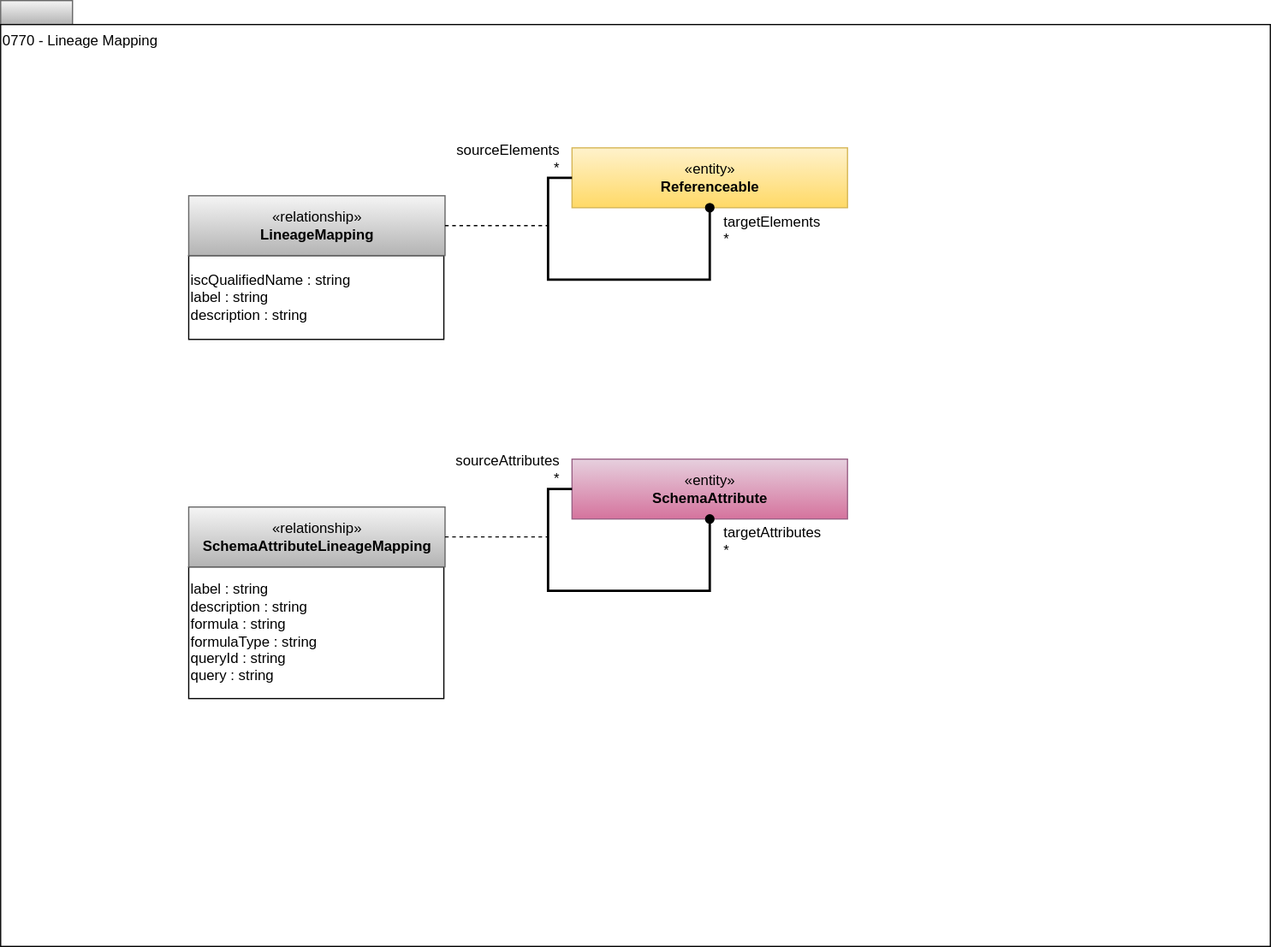
Before: site/docs/types/7/0770-Lineage-Mapping.svg, a diagram exported from draw.io (odpi/egeria-docs). Source tidied: cells renumbered, new cells last; positions are measured from the earlier drawing's top-left corner, leaving out a move shared by most shapes.
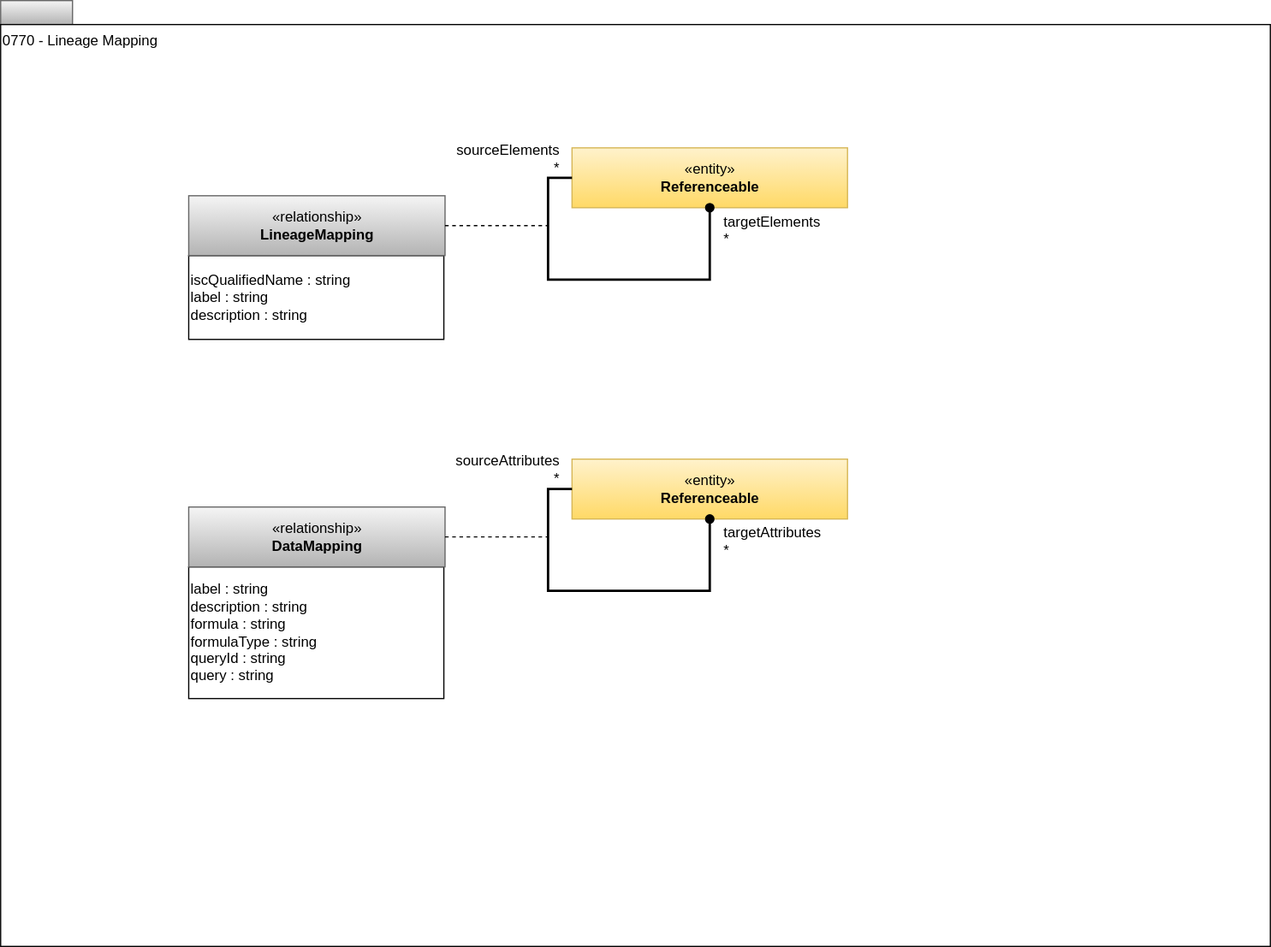
After the commit.

Diff of the diagram source:
```diff
@@ -41,13 +41,13 @@
         <mxPoint x="-10" as="offset" />
       </mxGeometry>
     </mxCell>
-    <mxCell id="11" value="«entity»&lt;br&gt;&lt;b&gt;SchemaAttribute&lt;/b&gt;" style="html=1;strokeColor=#996185;align=center;fillColor=#e6d0de;gradientColor=#d5739d;" parent="1" vertex="1">
+    <mxCell id="11" value="«entity»&lt;br&gt;&lt;b&gt;Referenceable&lt;/b&gt;" style="html=1;strokeColor=#d6b656;align=center;fillColor=#fff2cc;gradientColor=#ffd966;" parent="1" vertex="1">
       <mxGeometry x="477" y="383" width="230" height="50" as="geometry" />
     </mxCell>
     <mxCell id="12" value="&lt;div style=&quot;text-align: left&quot;&gt;&lt;span style=&quot;background-color: transparent; color: light-dark(rgb(0, 0, 0), rgb(255, 255, 255));&quot;&gt;label : string&lt;/span&gt;&lt;br&gt;&lt;/div&gt;&lt;div style=&quot;text-align: left&quot;&gt;description : string&lt;br&gt;&lt;/div&gt;&lt;div style=&quot;text-align: left&quot;&gt;formula : string&lt;/div&gt;&lt;div style=&quot;text-align: left&quot;&gt;formulaType : string&lt;/div&gt;&lt;div style=&quot;text-align: left&quot;&gt;queryId : string&lt;/div&gt;&lt;div style=&quot;text-align: left&quot;&gt;query : string&lt;/div&gt;" style="rounded=0;whiteSpace=wrap;html=1;strokeColor=#000000;gradientColor=#ffffff;align=left;" parent="1" vertex="1">
       <mxGeometry x="157" y="473" width="213" height="110" as="geometry" />
     </mxCell>
-    <mxCell id="13" value="«relationship»&lt;br&gt;&lt;b&gt;SchemaAttributeLineageMapping&lt;/b&gt;" style="html=1;strokeColor=#666666;align=center;fillColor=#f5f5f5;gradientColor=#b3b3b3;" parent="1" vertex="1">
+    <mxCell id="13" value="«relationship»&lt;br&gt;&lt;b&gt;DataMapping&lt;/b&gt;" style="html=1;strokeColor=#666666;align=center;fillColor=#f5f5f5;gradientColor=#b3b3b3;" parent="1" vertex="1">
       <mxGeometry x="157" y="423" width="214" height="50" as="geometry" />
     </mxCell>
     <mxCell id="14" style="endArrow=none;dashed=1;html=1;exitX=1;exitY=0.5;exitDx=0;exitDy=0;" parent="1" edge="1" source="13">
```
